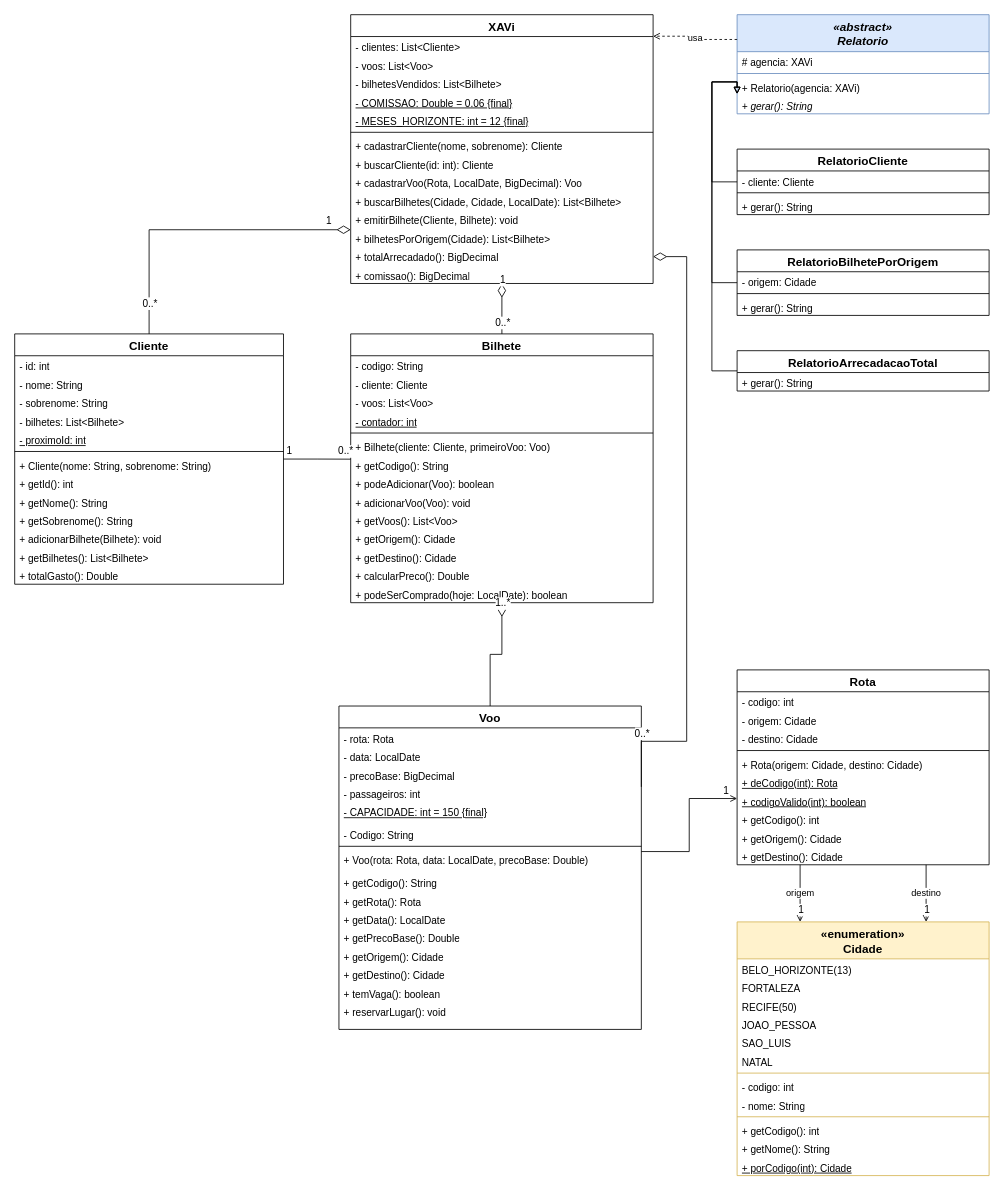
The draw.io diagram docs/UMLXavi.drawio in gabrielagmattoso/PM_Proj_XAVi-Agencia_2026-2_Sprint1_sosoc, before the edit. Source tidied: cells renumbered, new cells numbered last; positions are measured from the earlier drawing's top-left corner, leaving out a move shared by most shapes. Both pictures are drawn from the tidied source at 84%, with x=0, y=0 at pixel (14, 14).
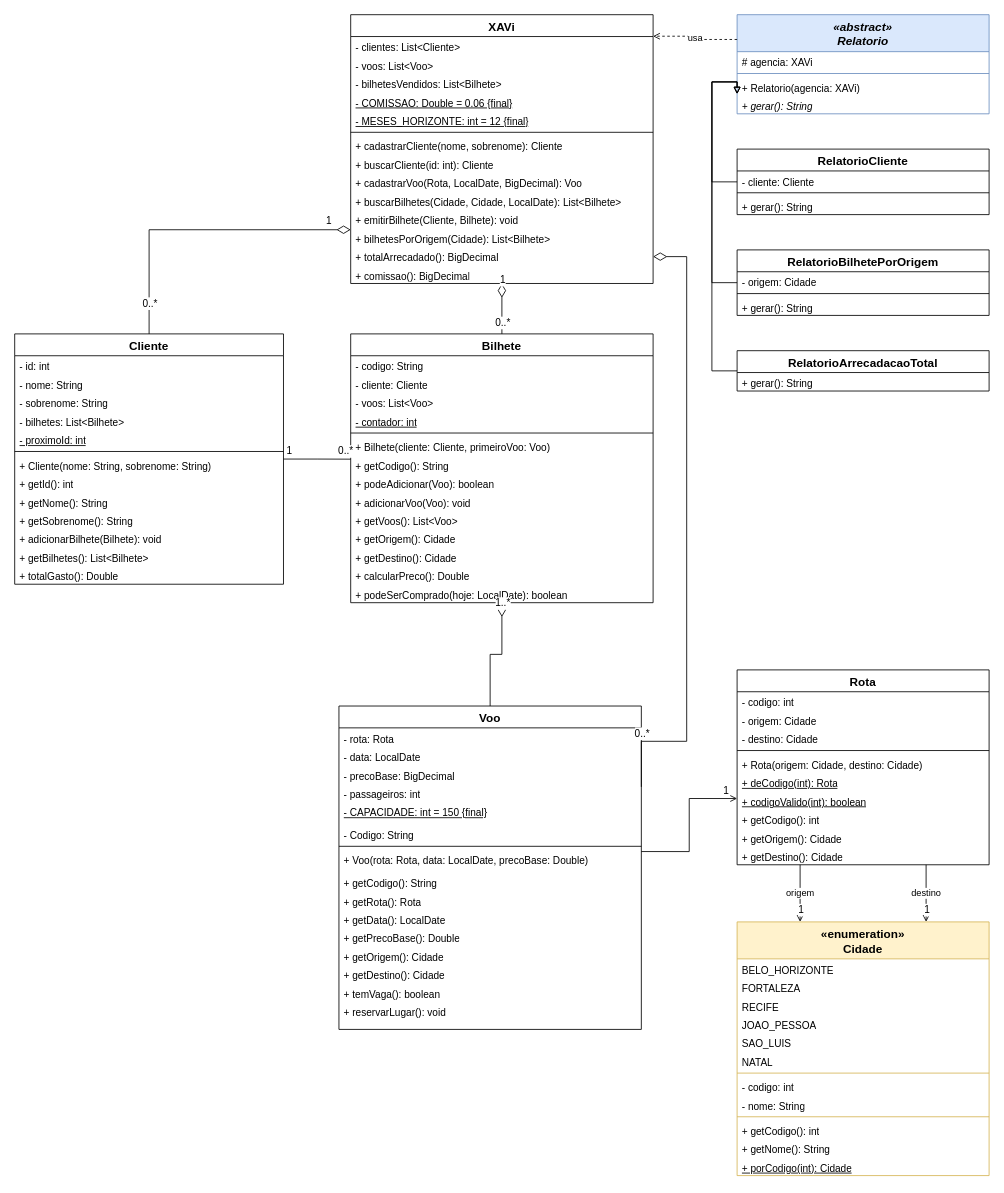
After the change.

Unchanged cells that the change refers to:
```xml
<mxCell id="74" value="«enumeration»&lt;br&gt;Cidade" style="swimlane;fontStyle=1;align=center;verticalAlign=top;horizontal=1;startSize=44;whiteSpace=wrap;html=1;fontSize=14;fillColor=#fff2cc;strokeColor=#d6b656;" parent="1" vertex="1">
  <mxGeometry x="860" y="1080" width="300" height="302" as="geometry" />
</mxCell>
```

Diff of the diagram source:
```diff
@@
-    <mxCell id="75" value="BELO_HORIZONTE(13)" style="text;strokeColor=none;fillColor=none;align=left;verticalAlign=top;spacingLeft=4;spacingRight=4;overflow=hidden;whiteSpace=wrap;html=1;fontSize=12;" parent="74" vertex="1">
+    <mxCell id="75" value="BELO_HORIZONTE" style="text;strokeColor=none;fillColor=none;align=left;verticalAlign=top;spacingLeft=4;spacingRight=4;overflow=hidden;whiteSpace=wrap;html=1;fontSize=12;" parent="74" vertex="1">
       <mxGeometry y="44" width="300" height="22" as="geometry" />
     </mxCell>
@@
-    <mxCell id="77" value="RECIFE(50)" style="text;strokeColor=none;fillColor=none;align=left;verticalAlign=top;spacingLeft=4;spacingRight=4;overflow=hidden;whiteSpace=wrap;html=1;fontSize=12;" parent="74" vertex="1">
+    <mxCell id="77" value="RECIFE" style="text;strokeColor=none;fillColor=none;align=left;verticalAlign=top;spacingLeft=4;spacingRight=4;overflow=hidden;whiteSpace=wrap;html=1;fontSize=12;" parent="74" vertex="1">
       <mxGeometry y="88" width="300" height="22" as="geometry" />
     </mxCell>
```
